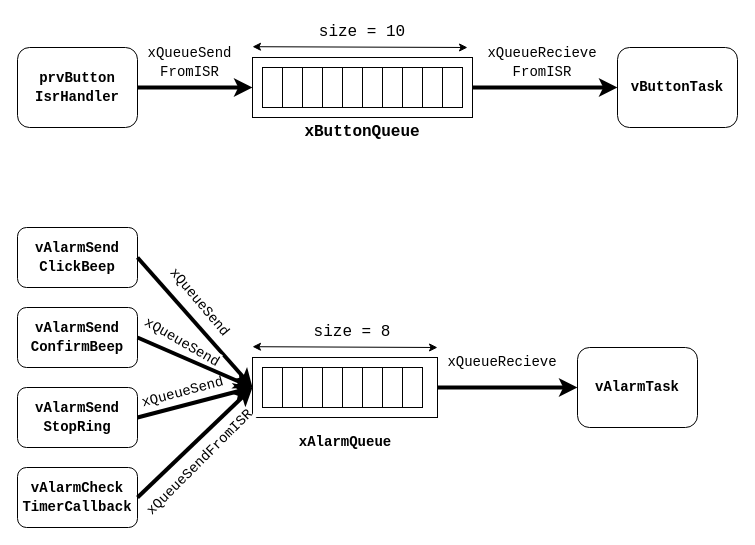
Before: page "Queue" (13 of 17) of UML.drawio in 106210049/CK_RTOS, a draw.io diagram. Source tidied: cells renumbered, new cells numbered last; positions are measured from the earlier drawing's top-left corner, leaving out a move shared by most shapes. Both pictures are drawn from the tidied source at 100%, with x=0, y=0 at pixel (17, 17).
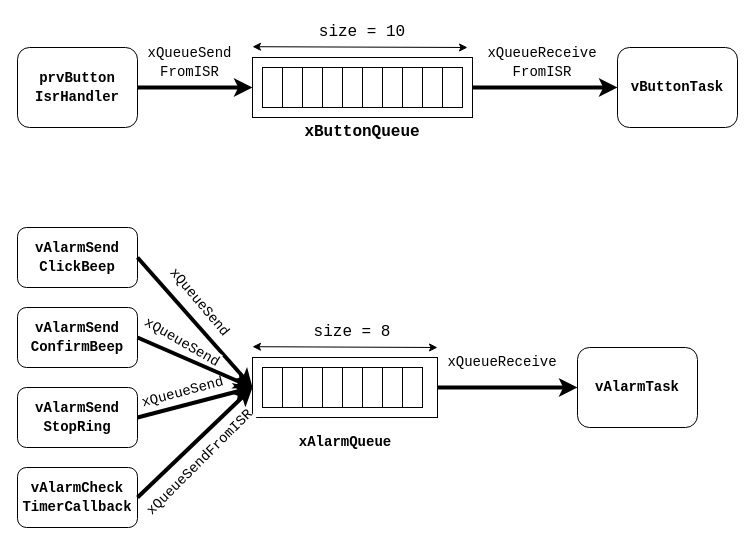
After the change.

What changed in the source:
```diff
@@
-    <mxCell id="8" value="&lt;div style=&quot;background-color: rgb(255, 255, 255); font-family: Consolas, &amp;quot;Courier New&amp;quot;, monospace; line-height: 19px; white-space: pre;&quot;&gt;&lt;div style=&quot;font-size: 14px; line-height: 19px;&quot;&gt;&lt;span&gt;&lt;font style=&quot;color: rgb(0, 0, 0);&quot;&gt;xQueueRecieve&lt;/font&gt;&lt;/span&gt;&lt;/div&gt;&lt;div style=&quot;font-size: 14px; line-height: 19px;&quot;&gt;&lt;span&gt;&lt;font style=&quot;color: rgb(0, 0, 0);&quot;&gt;FromISR&lt;/font&gt;&lt;/span&gt;&lt;/div&gt;&lt;/div&gt;" style="text;html=1;whiteSpace=wrap;strokeColor=none;fillColor=none;align=center;verticalAlign=middle;rounded=0;" parent="1" vertex="1">
+    <mxCell id="8" value="&lt;div style=&quot;background-color: rgb(255, 255, 255); font-family: Consolas, &amp;quot;Courier New&amp;quot;, monospace; line-height: 19px; white-space: pre;&quot;&gt;&lt;div style=&quot;font-size: 14px; line-height: 19px;&quot;&gt;&lt;div style=&quot;line-height: 19px;&quot;&gt;&lt;font style=&quot;color: rgb(0, 0, 0);&quot;&gt;xQueueReceive&lt;/font&gt;&lt;/div&gt;&lt;/div&gt;&lt;div style=&quot;font-size: 14px; line-height: 19px;&quot;&gt;&lt;span&gt;&lt;font style=&quot;color: rgb(0, 0, 0);&quot;&gt;FromISR&lt;/font&gt;&lt;/span&gt;&lt;/div&gt;&lt;/div&gt;" style="text;html=1;whiteSpace=wrap;strokeColor=none;fillColor=none;align=center;verticalAlign=middle;rounded=0;" parent="1" vertex="1">
       <mxGeometry x="460" y="30" width="130" height="30" as="geometry" />
     </mxCell>
@@
-    <mxCell id="28" value="&lt;div style=&quot;background-color: rgb(255, 255, 255); font-family: Consolas, &amp;quot;Courier New&amp;quot;, monospace; line-height: 19px; white-space: pre;&quot;&gt;&lt;div style=&quot;font-size: 14px; line-height: 19px;&quot;&gt;&lt;span&gt;&lt;font style=&quot;color: rgb(0, 0, 0);&quot;&gt;xQueueRecieve&lt;/font&gt;&lt;/span&gt;&lt;/div&gt;&lt;/div&gt;" style="text;html=1;whiteSpace=wrap;strokeColor=none;fillColor=none;align=center;verticalAlign=middle;rounded=0;" parent="1" vertex="1">
+    <mxCell id="28" value="&lt;div style=&quot;background-color: rgb(255, 255, 255); font-family: Consolas, &amp;quot;Courier New&amp;quot;, monospace; line-height: 19px; white-space: pre;&quot;&gt;&lt;div style=&quot;font-size: 14px; line-height: 19px;&quot;&gt;&lt;div style=&quot;line-height: 19px;&quot;&gt;&lt;font style=&quot;color: rgb(0, 0, 0);&quot;&gt;xQueueReceive&lt;/font&gt;&lt;/div&gt;&lt;/div&gt;&lt;/div&gt;" style="text;html=1;whiteSpace=wrap;strokeColor=none;fillColor=none;align=center;verticalAlign=middle;rounded=0;" parent="1" vertex="1">
       <mxGeometry x="420" y="330" width="130" height="30" as="geometry" />
     </mxCell>
```
